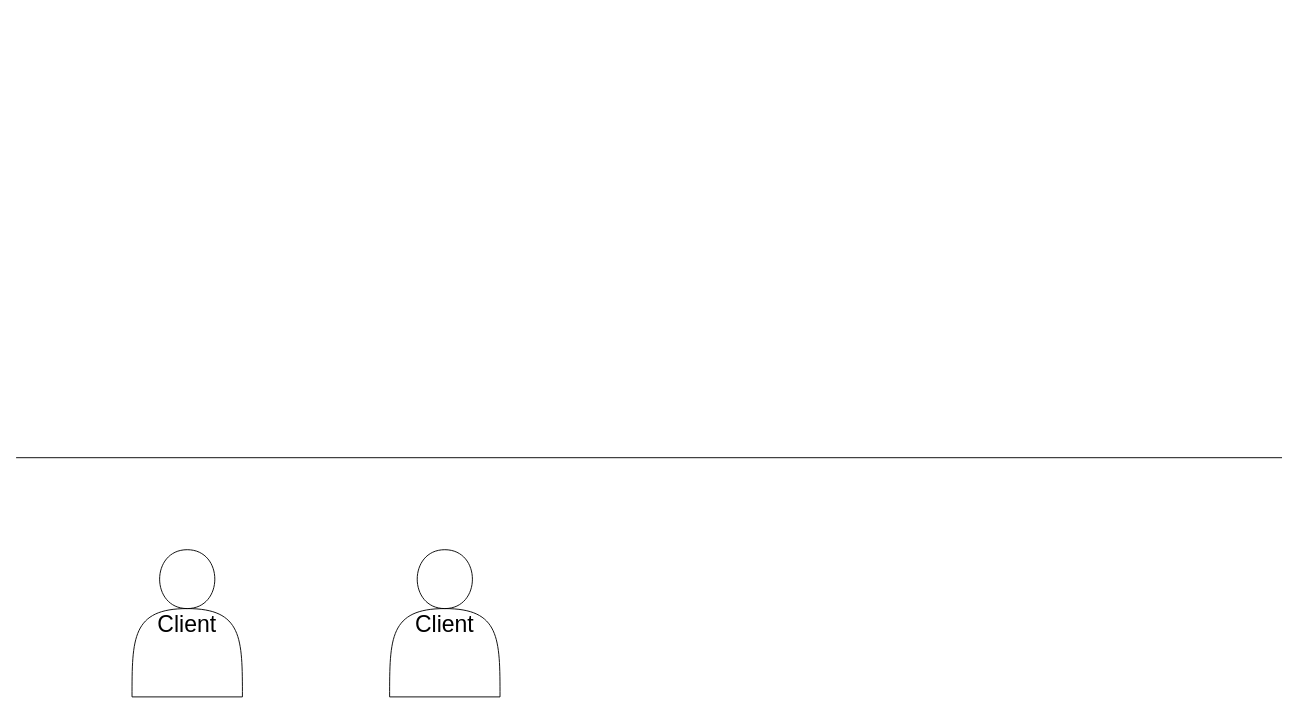
a654889339/FingerGuessGame keeps this draw.io diagram as Doc/BaseFrame.drawio. Above is the earlier version. Source tidied: cells renumbered, new cells numbered last; positions are measured from the earlier drawing's top-left corner, leaving out a move shared by most shapes. Both pictures are drawn from the tidied source at 92%, with x=0, y=0 at pixel (16, 457).
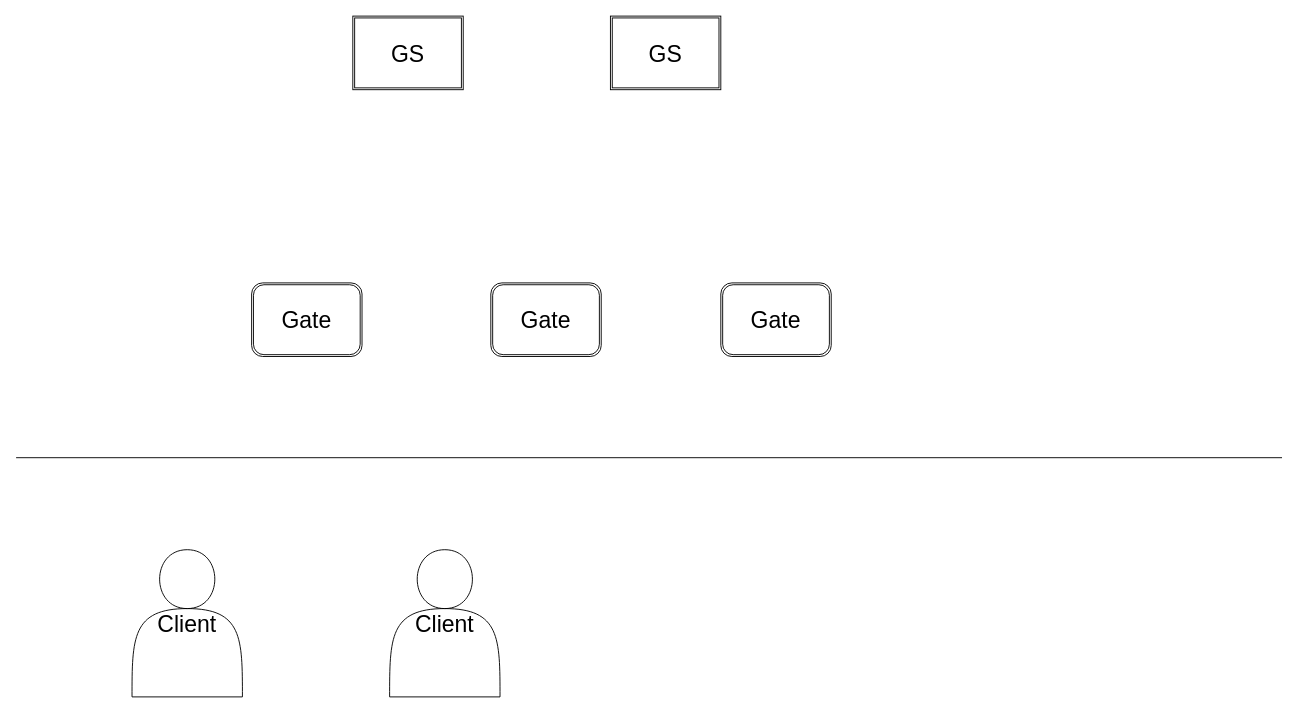
Above is the later version.

What changed in the source:
```diff
@@
 <mxGraphModel>
   <root>
     <mxCell id="0" />
     <mxCell id="1" parent="0" />
     <mxCell id="2" style="endArrow=none;html=1;rounded=0;" parent="1" edge="1">
       <mxGeometry relative="1" as="geometry">
         <mxPoint as="sourcePoint" />
         <mxPoint x="1376" as="targetPoint" />
       </mxGeometry>
     </mxCell>
     <mxCell id="3" value="&lt;font style=&quot;font-size: 25px&quot;&gt;Client&lt;/font&gt;" style="shape=actor;whiteSpace=wrap;html=1;" parent="1" vertex="1">
       <mxGeometry x="126" y="100" width="120" height="160" as="geometry" />
     </mxCell>
     <mxCell id="4" value="&lt;font style=&quot;font-size: 25px&quot;&gt;Client&lt;/font&gt;" style="shape=actor;whiteSpace=wrap;html=1;" parent="1" vertex="1">
       <mxGeometry x="406" y="100" width="120" height="160" as="geometry" />
     </mxCell>
+    <mxCell id="5" value="Gate" style="shape=ext;double=1;rounded=1;whiteSpace=wrap;html=1;fontSize=25;" parent="1" vertex="1">
+      <mxGeometry x="256" y="-190" width="120" height="80" as="geometry" />
+    </mxCell>
+    <mxCell id="6" value="Gate" style="shape=ext;double=1;rounded=1;whiteSpace=wrap;html=1;fontSize=25;" parent="1" vertex="1">
+      <mxGeometry x="516" y="-190" width="120" height="80" as="geometry" />
+    </mxCell>
+    <mxCell id="7" value="Gate" style="shape=ext;double=1;rounded=1;whiteSpace=wrap;html=1;fontSize=25;" parent="1" vertex="1">
+      <mxGeometry x="766" y="-190" width="120" height="80" as="geometry" />
+    </mxCell>
+    <mxCell id="8" value="GS" style="shape=ext;double=1;rounded=0;whiteSpace=wrap;html=1;fontSize=25;" parent="1" vertex="1">
+      <mxGeometry x="366" y="-480" width="120" height="80" as="geometry" />
+    </mxCell>
+    <mxCell id="9" value="GS" style="shape=ext;double=1;rounded=0;whiteSpace=wrap;html=1;fontSize=25;" parent="1" vertex="1">
+      <mxGeometry x="646" y="-480" width="120" height="80" as="geometry" />
+    </mxCell>
   </root>
 </mxGraphModel>
```
